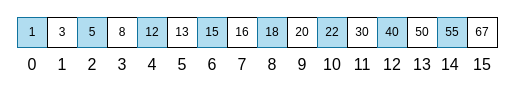
jeremy8551/DrawIO_Store keeps this draw.io diagram as 时间复杂度相关2.drawio. Above is the earlier version. Source tidied: cells renumbered, new cells numbered last; positions are measured from the earlier drawing's top-left corner, leaving out a move shared by most shapes. Both pictures are drawn from the tidied source at 100%, with x=0, y=0 at pixel (17, 17).
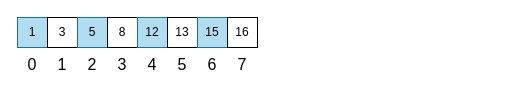
Above is the later version.

Commit message:
更新时间复杂度相关2.drawio

Diff of the diagram source:
```diff
@@
-    <mxCell id="10" value="18" style="whiteSpace=wrap;html=1;direction=south;fillColor=#b1ddf0;strokeColor=#10739e;" parent="1" vertex="1">
-      <mxGeometry x="240" width="30" height="30" as="geometry" />
-    </mxCell>
-    <mxCell id="11" value="20" style="whiteSpace=wrap;html=1;direction=south;" parent="1" vertex="1">
-      <mxGeometry x="270" width="30" height="30" as="geometry" />
-    </mxCell>
-    <mxCell id="12" value="22" style="whiteSpace=wrap;html=1;direction=south;fillColor=#b1ddf0;strokeColor=#10739e;" parent="1" vertex="1">
-      <mxGeometry x="300" width="30" height="30" as="geometry" />
-    </mxCell>
-    <mxCell id="13" value="30" style="whiteSpace=wrap;html=1;direction=south;" parent="1" vertex="1">
-      <mxGeometry x="330" width="30" height="30" as="geometry" />
-    </mxCell>
-    <mxCell id="14" value="40" style="whiteSpace=wrap;html=1;direction=south;fillColor=#b1ddf0;strokeColor=#10739e;" parent="1" vertex="1">
-      <mxGeometry x="360" width="30" height="30" as="geometry" />
-    </mxCell>
-    <mxCell id="15" value="50" style="whiteSpace=wrap;html=1;direction=south;" parent="1" vertex="1">
-      <mxGeometry x="390" width="30" height="30" as="geometry" />
-    </mxCell>
-    <mxCell id="16" value="55" style="whiteSpace=wrap;html=1;direction=south;fillColor=#b1ddf0;strokeColor=#10739e;" parent="1" vertex="1">
-      <mxGeometry x="420" width="30" height="30" as="geometry" />
-    </mxCell>
-    <mxCell id="17" value="67" style="whiteSpace=wrap;html=1;direction=south;" parent="1" vertex="1">
-      <mxGeometry x="450" width="30" height="30" as="geometry" />
-    </mxCell>
@@
-    <mxCell id="26" value="8" style="text;html=1;strokeColor=none;fillColor=none;align=center;verticalAlign=middle;whiteSpace=wrap;rounded=0;fontSize=16;" parent="1" vertex="1">
-      <mxGeometry x="244" y="40" width="22" height="13" as="geometry" />
-    </mxCell>
-    <mxCell id="27" value="9" style="text;html=1;strokeColor=none;fillColor=none;align=center;verticalAlign=middle;whiteSpace=wrap;rounded=0;fontSize=16;" parent="1" vertex="1">
-      <mxGeometry x="274" y="40" width="22" height="13" as="geometry" />
-    </mxCell>
-    <mxCell id="28" value="10" style="text;html=1;strokeColor=none;fillColor=none;align=center;verticalAlign=middle;whiteSpace=wrap;rounded=0;fontSize=16;" parent="1" vertex="1">
-      <mxGeometry x="304" y="40" width="22" height="13" as="geometry" />
-    </mxCell>
-    <mxCell id="29" value="11" style="text;html=1;strokeColor=none;fillColor=none;align=center;verticalAlign=middle;whiteSpace=wrap;rounded=0;fontSize=16;" parent="1" vertex="1">
-      <mxGeometry x="334" y="40" width="22" height="13" as="geometry" />
-    </mxCell>
-    <mxCell id="30" value="12&lt;span style=&quot;white-space: pre;&quot;&gt;&lt;br&gt;&lt;/span&gt;" style="text;html=1;strokeColor=none;fillColor=none;align=center;verticalAlign=middle;whiteSpace=wrap;rounded=0;fontSize=16;" parent="1" vertex="1">
-      <mxGeometry x="364" y="40" width="22" height="13" as="geometry" />
-    </mxCell>
-    <mxCell id="31" value="13" style="text;html=1;strokeColor=none;fillColor=none;align=center;verticalAlign=middle;whiteSpace=wrap;rounded=0;fontSize=16;" parent="1" vertex="1">
-      <mxGeometry x="394" y="40" width="22" height="13" as="geometry" />
-    </mxCell>
-    <mxCell id="32" value="14&amp;nbsp;" style="text;html=1;strokeColor=none;fillColor=none;align=center;verticalAlign=middle;whiteSpace=wrap;rounded=0;fontSize=16;" parent="1" vertex="1">
-      <mxGeometry x="424" y="40" width="22" height="13" as="geometry" />
-    </mxCell>
-    <mxCell id="33" value="15" style="text;html=1;strokeColor=none;fillColor=none;align=center;verticalAlign=middle;whiteSpace=wrap;rounded=0;fontSize=16;" parent="1" vertex="1">
-      <mxGeometry x="454" y="40" width="22" height="13" as="geometry" />
-    </mxCell>
```
